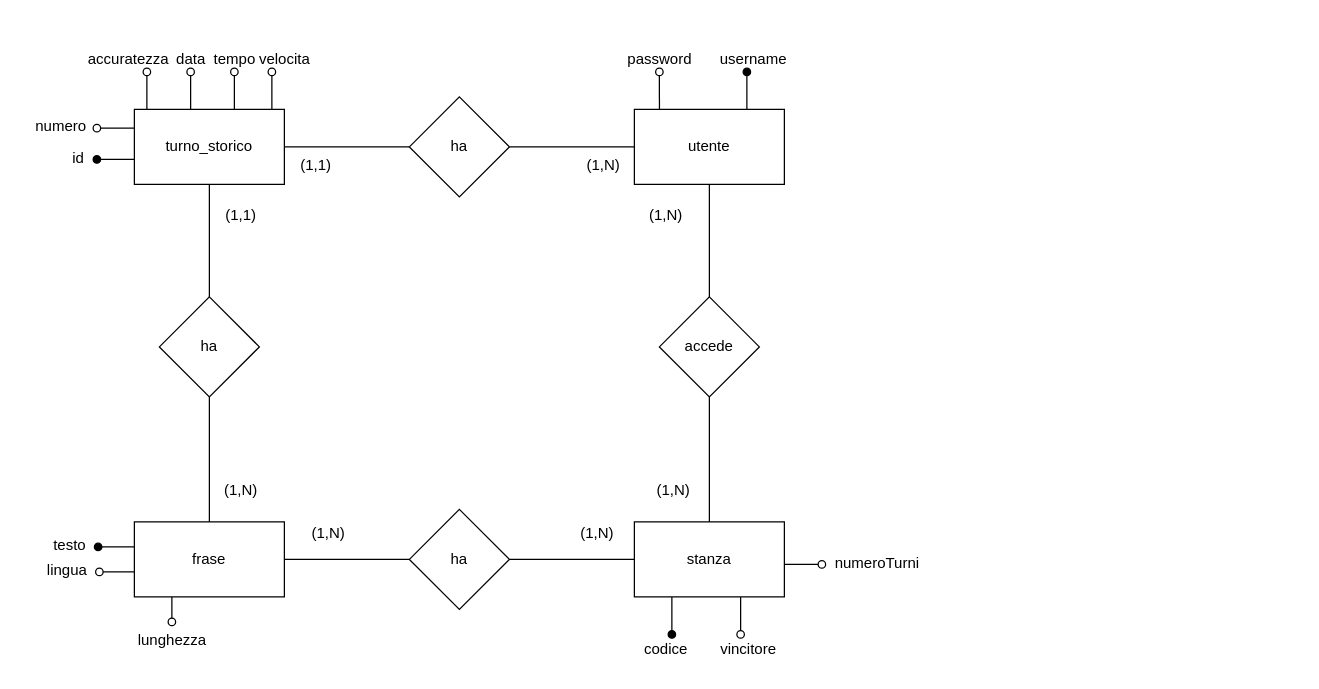
Before: 7_Allegati/Schema_E-R/SchemaE-R.drawio in robin-sartore/DattiloKing, a draw.io diagram. Source tidied: cells renumbered, new cells numbered last; positions are measured from the earlier drawing's top-left corner, leaving out a move shared by most shapes. Both pictures are drawn from the tidied source at 125%, with x=0, y=0 at pixel (22, 40).
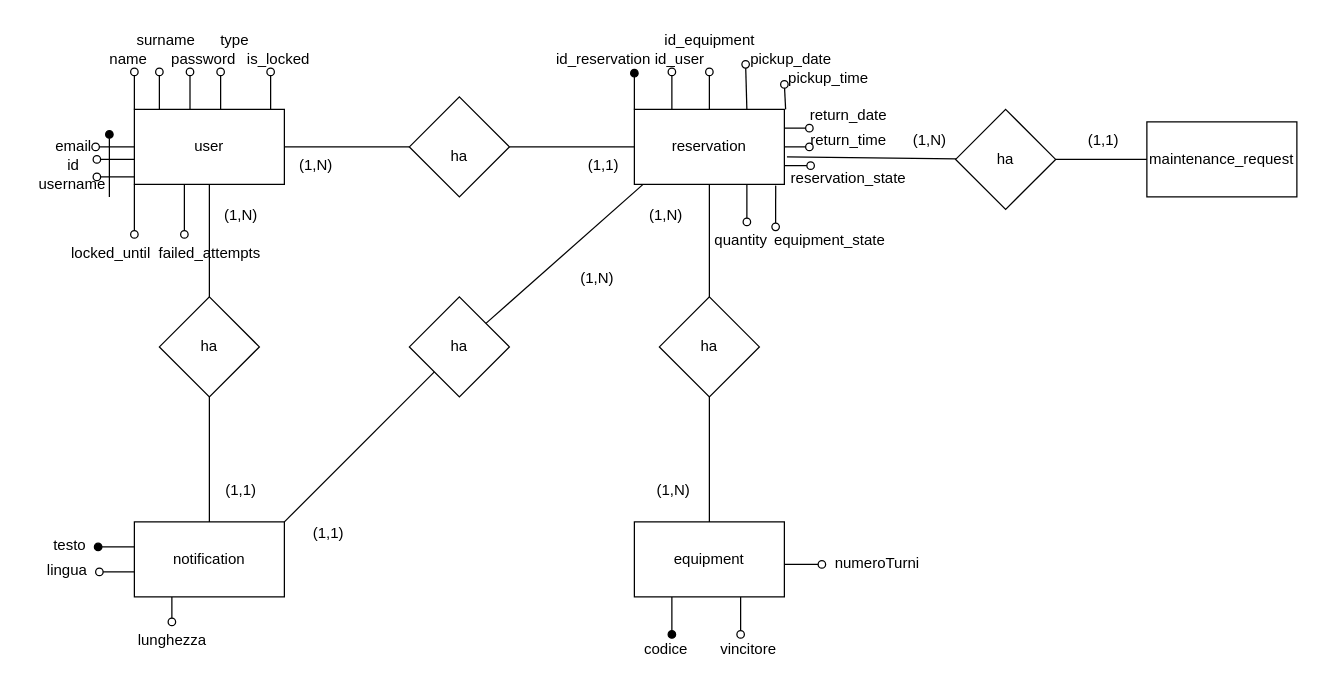
Above is the later version.

Diff of the diagram source:
```diff
@@
-    <mxCell id="2" value="turno_storico" style="rounded=0;whiteSpace=wrap;html=1;" parent="1" vertex="1">
+    <mxCell id="2" value="user" style="rounded=0;whiteSpace=wrap;html=1;" parent="1" vertex="1">
       <mxGeometry x="89" y="55" width="120" height="60" as="geometry" />
     </mxCell>
-    <mxCell id="3" value="ha" style="rhombus;whiteSpace=wrap;html=1;" parent="1" vertex="1">
+    <mxCell id="3" value="&lt;div&gt;&lt;br&gt;&lt;/div&gt;&lt;div&gt;ha&lt;/div&gt;" style="rhombus;whiteSpace=wrap;html=1;" parent="1" vertex="1">
       <mxGeometry x="309" y="45" width="80" height="80" as="geometry" />
     </mxCell>
-    <mxCell id="4" value="utente" style="rounded=0;whiteSpace=wrap;html=1;" parent="1" vertex="1">
+    <mxCell id="4" value="reservation" style="rounded=0;whiteSpace=wrap;html=1;" parent="1" vertex="1">
       <mxGeometry x="489" y="55" width="120" height="60" as="geometry" />
     </mxCell>
@@
-    <mxCell id="6" value="frase" style="rounded=0;whiteSpace=wrap;html=1;" parent="1" vertex="1">
+    <mxCell id="6" value="notification" style="rounded=0;whiteSpace=wrap;html=1;" parent="1" vertex="1">
       <mxGeometry x="89" y="385" width="120" height="60" as="geometry" />
     </mxCell>
-    <mxCell id="7" value="accede" style="rhombus;whiteSpace=wrap;html=1;" parent="1" vertex="1">
+    <mxCell id="7" value="ha" style="rhombus;whiteSpace=wrap;html=1;" parent="1" vertex="1">
       <mxGeometry x="509" y="205" width="80" height="80" as="geometry" />
     </mxCell>
-    <mxCell id="8" value="ha" style="rhombus;whiteSpace=wrap;html=1;" parent="1" vertex="1">
-      <mxGeometry x="309" y="375" width="80" height="80" as="geometry" />
-    </mxCell>
-    <mxCell id="9" value="stanza" style="rounded=0;whiteSpace=wrap;html=1;" parent="1" vertex="1">
+    <mxCell id="9" value="equipment" style="rounded=0;whiteSpace=wrap;html=1;" parent="1" vertex="1">
       <mxGeometry x="489" y="385" width="120" height="60" as="geometry" />
     </mxCell>
@@
-    <mxCell id="14" style="endArrow=none;html=1;rounded=0;entryX=1;entryY=0.5;entryDx=0;entryDy=0;exitX=0;exitY=0.5;exitDx=0;exitDy=0;" parent="1" edge="1" source="9" target="8">
-      <mxGeometry relative="1" as="geometry" />
-    </mxCell>
-    <mxCell id="15" style="endArrow=none;html=1;rounded=0;exitX=0;exitY=0.5;exitDx=0;exitDy=0;" parent="1" edge="1" source="8" target="6">
-      <mxGeometry relative="1" as="geometry" />
-    </mxCell>
@@
-    <mxCell id="18" value="accuratezza" style="text;html=1;align=center;verticalAlign=middle;strokeColor=none;fillColor=none;" parent="1" vertex="1">
-      <mxGeometry x="39" width="90" height="30" as="geometry" />
+    <mxCell id="18" value="name" style="text;html=1;align=center;verticalAlign=middle;strokeColor=none;fillColor=none;" parent="1" vertex="1">
+      <mxGeometry x="59" width="50" height="30" as="geometry" />
     </mxCell>
-    <mxCell id="19" value="tempo" style="text;html=1;align=center;verticalAlign=middle;strokeColor=none;fillColor=none;" parent="1" vertex="1">
-      <mxGeometry x="139" width="60" height="30" as="geometry" />
+    <mxCell id="19" value="password" style="text;html=1;align=center;verticalAlign=middle;strokeColor=none;fillColor=none;" parent="1" vertex="1">
+      <mxGeometry x="109" width="70" height="30" as="geometry" />
     </mxCell>
-    <mxCell id="20" value="velocita" style="text;html=1;align=center;verticalAlign=middle;strokeColor=none;fillColor=none;" parent="1" vertex="1">
-      <mxGeometry x="179" width="60" height="30" as="geometry" />
+    <mxCell id="20" value="type" style="text;html=1;align=center;verticalAlign=middle;strokeColor=none;fillColor=none;" parent="1" vertex="1">
+      <mxGeometry x="144" y="-15" width="50" height="30" as="geometry" />
     </mxCell>
-    <mxCell id="21" value="numero" style="text;html=1;align=center;verticalAlign=middle;strokeColor=none;fillColor=none;" parent="1" vertex="1">
-      <mxGeometry y="54" width="60" height="30" as="geometry" />
+    <mxCell id="21" value="email" style="text;html=1;align=center;verticalAlign=middle;strokeColor=none;fillColor=none;" parent="1" vertex="1">
+      <mxGeometry x="15" y="70" width="50" height="30" as="geometry" />
     </mxCell>
     <mxCell id="22" value="id" style="text;html=1;align=center;verticalAlign=middle;strokeColor=none;fillColor=none;" parent="1" vertex="1">
-      <mxGeometry x="29" y="79" width="30" height="30" as="geometry" />
+      <mxGeometry x="25" y="85" width="30" height="30" as="geometry" />
     </mxCell>
-    <mxCell id="23" value="data" style="text;html=1;align=center;verticalAlign=middle;strokeColor=none;fillColor=none;" parent="1" vertex="1">
-      <mxGeometry x="109" width="50" height="30" as="geometry" />
+    <mxCell id="23" value="surname" style="text;html=1;align=center;verticalAlign=middle;strokeColor=none;fillColor=none;" parent="1" vertex="1">
+      <mxGeometry x="79" y="-15" width="70" height="30" as="geometry" />
     </mxCell>
@@
-    <mxCell id="30" value="password" style="text;html=1;align=center;verticalAlign=middle;strokeColor=none;fillColor=none;" parent="1" vertex="1">
-      <mxGeometry x="474" width="70" height="30" as="geometry" />
+    <mxCell id="30" value="id_user" style="text;html=1;align=center;verticalAlign=middle;strokeColor=none;fillColor=none;" parent="1" vertex="1">
+      <mxGeometry x="495" width="60" height="30" as="geometry" />
     </mxCell>
-    <mxCell id="31" value="username" style="text;html=1;align=center;verticalAlign=middle;strokeColor=none;fillColor=none;" parent="1" vertex="1">
-      <mxGeometry x="544" width="80" height="30" as="geometry" />
+    <mxCell id="31" value="id_reservation" style="text;html=1;align=center;verticalAlign=middle;strokeColor=none;fillColor=none;" parent="1" vertex="1">
+      <mxGeometry x="414" width="100" height="30" as="geometry" />
     </mxCell>
-    <mxCell id="32" value="(1,1)" style="text;html=1;align=center;verticalAlign=middle;strokeColor=none;fillColor=none;" parent="1" vertex="1">
+    <mxCell id="32" value="(1,N)" style="text;html=1;align=center;verticalAlign=middle;strokeColor=none;fillColor=none;" parent="1" vertex="1">
       <mxGeometry x="209" y="85" width="50" height="30" as="geometry" />
     </mxCell>
     <mxCell id="33" style="endArrow=none;html=1;rounded=0;startArrow=oval;startFill=0;entryX=0.25;entryY=0;entryDx=0;entryDy=0;" parent="1" edge="1">
       <mxGeometry relative="1" as="geometry">
-        <mxPoint x="134" y="25" as="sourcePoint" />
-        <mxPoint x="134" y="55" as="targetPoint" />
+        <mxPoint x="109" y="25" as="sourcePoint" />
+        <mxPoint x="109" y="55" as="targetPoint" />
       </mxGeometry>
     </mxCell>
     <mxCell id="34" style="endArrow=none;html=1;rounded=0;startArrow=oval;startFill=0;" parent="1" edge="1">
       <mxGeometry relative="1" as="geometry">
-        <mxPoint x="169" y="25" as="sourcePoint" />
-        <mxPoint x="169" y="55" as="targetPoint" />
+        <mxPoint x="133.5" y="25" as="sourcePoint" />
+        <mxPoint x="133.5" y="55" as="targetPoint" />
       </mxGeometry>
     </mxCell>
     <mxCell id="35" style="endArrow=none;html=1;rounded=0;startArrow=oval;startFill=0;entryX=0.25;entryY=0;entryDx=0;entryDy=0;" parent="1" edge="1">
       <mxGeometry relative="1" as="geometry">
-        <mxPoint x="199" y="25" as="sourcePoint" />
-        <mxPoint x="199" y="55" as="targetPoint" />
+        <mxPoint x="158" y="25" as="sourcePoint" />
+        <mxPoint x="158" y="55" as="targetPoint" />
       </mxGeometry>
     </mxCell>
     <mxCell id="36" style="endArrow=none;html=1;rounded=0;startArrow=oval;startFill=0;entryX=0.25;entryY=0;entryDx=0;entryDy=0;" parent="1" edge="1">
       <mxGeometry relative="1" as="geometry">
-        <mxPoint x="99" y="25" as="sourcePoint" />
-        <mxPoint x="99" y="55" as="targetPoint" />
+        <mxPoint x="89" y="25" as="sourcePoint" />
+        <mxPoint x="89" y="55" as="targetPoint" />
       </mxGeometry>
     </mxCell>
-    <mxCell id="37" style="endArrow=none;html=1;rounded=0;startArrow=oval;startFill=0;entryX=0;entryY=0.25;entryDx=0;entryDy=0;" parent="1" edge="1" target="2">
+    <mxCell id="37" style="endArrow=none;html=1;rounded=0;startArrow=oval;startFill=0;entryX=0;entryY=0.5;entryDx=0;entryDy=0;" parent="1" edge="1" target="2">
       <mxGeometry relative="1" as="geometry">
-        <mxPoint x="59" y="70" as="sourcePoint" />
+        <mxPoint x="58" y="85" as="sourcePoint" />
       </mxGeometry>
     </mxCell>
-    <mxCell id="38" style="endArrow=none;html=1;rounded=0;startArrow=oval;startFill=1;entryX=0;entryY=0.25;entryDx=0;entryDy=0;" parent="1" edge="1">
-      <mxGeometry relative="1" as="geometry">
-        <mxPoint x="59" y="95" as="sourcePoint" />
-        <mxPoint x="89" y="95" as="targetPoint" />
-      </mxGeometry>
-    </mxCell>
@@
-    <mxCell id="45" style="endArrow=none;html=1;rounded=0;startArrow=oval;startFill=0;entryX=0.167;entryY=0;entryDx=0;entryDy=0;entryPerimeter=0;" parent="1" edge="1" target="4">
+    <mxCell id="45" style="endArrow=none;html=1;rounded=0;startArrow=oval;startFill=0;entryX=0.25;entryY=0;entryDx=0;entryDy=0;" parent="1" edge="1" target="4">
       <mxGeometry relative="1" as="geometry">
-        <mxPoint x="509" y="25" as="sourcePoint" />
+        <mxPoint x="519" y="25" as="sourcePoint" />
       </mxGeometry>
     </mxCell>
-    <mxCell id="46" style="endArrow=none;html=1;rounded=0;startArrow=oval;startFill=1;entryX=0.75;entryY=0;entryDx=0;entryDy=0;" parent="1" edge="1" target="4">
+    <mxCell id="46" style="endArrow=none;html=1;rounded=0;startArrow=oval;startFill=1;entryX=0;entryY=0;entryDx=0;entryDy=0;" parent="1" edge="1" target="4">
       <mxGeometry relative="1" as="geometry">
-        <mxPoint x="579" y="25" as="sourcePoint" />
+        <mxPoint x="489" y="26" as="sourcePoint" />
       </mxGeometry>
     </mxCell>
-    <mxCell id="47" value="(1,1)" style="text;html=1;align=center;verticalAlign=middle;strokeColor=none;fillColor=none;" parent="1" vertex="1">
+    <mxCell id="47" value="(1,N)" style="text;html=1;align=center;verticalAlign=middle;strokeColor=none;fillColor=none;" parent="1" vertex="1">
       <mxGeometry x="149" y="125" width="50" height="30" as="geometry" />
     </mxCell>
-    <mxCell id="48" value="(1,N)" style="text;html=1;align=center;verticalAlign=middle;strokeColor=none;fillColor=none;" parent="1" vertex="1">
+    <mxCell id="48" value="(1,1)" style="text;html=1;align=center;verticalAlign=middle;strokeColor=none;fillColor=none;" parent="1" vertex="1">
       <mxGeometry x="149" y="345" width="50" height="30" as="geometry" />
     </mxCell>
-    <mxCell id="49" value="(1,N)" style="text;html=1;align=center;verticalAlign=middle;strokeColor=none;fillColor=none;" parent="1" vertex="1">
+    <mxCell id="49" value="(1,1)" style="text;html=1;align=center;verticalAlign=middle;strokeColor=none;fillColor=none;" parent="1" vertex="1">
       <mxGeometry x="219" y="379" width="50" height="30" as="geometry" />
     </mxCell>
     <mxCell id="50" value="(1,N)" style="text;html=1;align=center;verticalAlign=middle;strokeColor=none;fillColor=none;" parent="1" vertex="1">
-      <mxGeometry x="434" y="379" width="50" height="30" as="geometry" />
+      <mxGeometry x="434" y="175" width="50" height="30" as="geometry" />
     </mxCell>
@@
-    <mxCell id="53" value="(1,N)" style="text;html=1;align=center;verticalAlign=middle;strokeColor=none;fillColor=none;" parent="1" vertex="1">
+    <mxCell id="53" value="(1,1)" style="text;html=1;align=center;verticalAlign=middle;strokeColor=none;fillColor=none;" parent="1" vertex="1">
       <mxGeometry x="439" y="85" width="50" height="30" as="geometry" />
     </mxCell>
+    <mxCell id="54" value="maintenance_request" style="rounded=0;whiteSpace=wrap;html=1;" parent="1" vertex="1">
+      <mxGeometry x="899" y="65" width="120" height="60" as="geometry" />
+    </mxCell>
+    <mxCell id="55" value="ha" style="rhombus;whiteSpace=wrap;html=1;" parent="1" vertex="1">
+      <mxGeometry x="309" y="205" width="80" height="80" as="geometry" />
+    </mxCell>
+    <mxCell id="56" style="endArrow=none;html=1;rounded=0;exitX=1;exitY=0;exitDx=0;exitDy=0;entryX=0;entryY=1;entryDx=0;entryDy=0;" parent="1" edge="1" source="6" target="55">
+      <mxGeometry relative="1" as="geometry" />
+    </mxCell>
+    <mxCell id="57" style="endArrow=none;html=1;rounded=0;entryX=0.058;entryY=1;entryDx=0;entryDy=0;entryPerimeter=0;" parent="1" edge="1" source="55" target="4">
+      <mxGeometry relative="1" as="geometry" />
+    </mxCell>
+    <mxCell id="58" style="endArrow=none;html=1;rounded=0;startArrow=oval;startFill=0;entryX=0;entryY=0.25;entryDx=0;entryDy=0;" parent="1" edge="1">
+      <mxGeometry relative="1" as="geometry">
+        <mxPoint x="59" y="109" as="sourcePoint" />
+        <mxPoint x="89" y="109" as="targetPoint" />
+      </mxGeometry>
+    </mxCell>
+    <mxCell id="59" style="endArrow=none;html=1;rounded=0;startArrow=oval;startFill=1;" parent="1" edge="1">
+      <mxGeometry relative="1" as="geometry">
+        <mxPoint x="69" y="75" as="sourcePoint" />
+        <mxPoint x="69" y="125" as="targetPoint" />
+      </mxGeometry>
+    </mxCell>
+    <mxCell id="60" style="endArrow=none;html=1;rounded=0;startArrow=oval;startFill=0;entryX=0;entryY=0.25;entryDx=0;entryDy=0;" parent="1" edge="1">
+      <mxGeometry relative="1" as="geometry">
+        <mxPoint x="59" y="95" as="sourcePoint" />
+        <mxPoint x="89" y="95" as="targetPoint" />
+      </mxGeometry>
+    </mxCell>
+    <mxCell id="61" value="username" style="text;html=1;align=center;verticalAlign=middle;strokeColor=none;fillColor=none;" parent="1" vertex="1">
+      <mxGeometry x="-1" y="100" width="80" height="30" as="geometry" />
+    </mxCell>
+    <mxCell id="62" style="endArrow=none;html=1;rounded=0;startArrow=oval;startFill=0;entryX=0.25;entryY=0;entryDx=0;entryDy=0;" parent="1" edge="1">
+      <mxGeometry relative="1" as="geometry">
+        <mxPoint x="198" y="25" as="sourcePoint" />
+        <mxPoint x="198" y="55" as="targetPoint" />
+      </mxGeometry>
+    </mxCell>
+    <mxCell id="63" value="is_locked" style="text;html=1;align=center;verticalAlign=middle;strokeColor=none;fillColor=none;" parent="1" vertex="1">
+      <mxGeometry x="169" width="70" height="30" as="geometry" />
+    </mxCell>
+    <mxCell id="64" style="endArrow=none;html=1;rounded=0;startArrow=oval;startFill=0;" parent="1" edge="1">
+      <mxGeometry relative="1" as="geometry">
+        <mxPoint x="89" y="155" as="sourcePoint" />
+        <mxPoint x="89" y="115" as="targetPoint" />
+      </mxGeometry>
+    </mxCell>
+    <mxCell id="65" value="locked_until" style="text;html=1;align=center;verticalAlign=middle;strokeColor=none;fillColor=none;" parent="1" vertex="1">
+      <mxGeometry x="25" y="155" width="90" height="30" as="geometry" />
+    </mxCell>
+    <mxCell id="66" style="endArrow=none;html=1;rounded=0;startArrow=oval;startFill=0;" parent="1" edge="1">
+      <mxGeometry relative="1" as="geometry">
+        <mxPoint x="129" y="155" as="sourcePoint" />
+        <mxPoint x="129" y="115" as="targetPoint" />
+      </mxGeometry>
+    </mxCell>
+    <mxCell id="67" value="failed_attempts" style="text;html=1;align=center;verticalAlign=middle;strokeColor=none;fillColor=none;" parent="1" vertex="1">
+      <mxGeometry x="99" y="155" width="100" height="30" as="geometry" />
+    </mxCell>
+    <mxCell id="68" style="endArrow=none;html=1;rounded=0;startArrow=oval;startFill=0;entryX=0.5;entryY=0;entryDx=0;entryDy=0;" parent="1" edge="1" target="4">
+      <mxGeometry relative="1" as="geometry">
+        <mxPoint x="549" y="25" as="sourcePoint" />
+      </mxGeometry>
+    </mxCell>
+    <mxCell id="69" value="id_equipment" style="text;html=1;align=center;verticalAlign=middle;points=[];strokeColor=none;fillColor=none;" parent="1" vertex="1">
+      <mxGeometry x="499" y="-15" width="100" height="30" as="geometry" />
+    </mxCell>
+    <mxCell id="70" style="endArrow=none;html=1;rounded=0;startArrow=oval;startFill=0;entryX=0.75;entryY=0;entryDx=0;entryDy=0;exitX=0.79;exitY=1.133;exitDx=0;exitDy=0;exitPerimeter=0;" parent="1" edge="1" source="69" target="4">
+      <mxGeometry relative="1" as="geometry" />
+    </mxCell>
+    <mxCell id="71" value="pickup_date" style="text;html=1;align=center;verticalAlign=middle;strokeColor=none;fillColor=none;" parent="1" vertex="1">
+      <mxGeometry x="569" width="90" height="30" as="geometry" />
+    </mxCell>
+    <mxCell id="72" style="endArrow=none;html=1;rounded=0;startArrow=oval;startFill=0;" parent="1" edge="1">
+      <mxGeometry relative="1" as="geometry">
+        <mxPoint x="609" y="35" as="sourcePoint" />
+        <mxPoint x="610" y="55" as="targetPoint" />
+      </mxGeometry>
+    </mxCell>
+    <mxCell id="73" value="pickup_time" style="text;html=1;align=center;verticalAlign=middle;strokeColor=none;fillColor=none;" parent="1" vertex="1">
+      <mxGeometry x="599" y="15" width="90" height="30" as="geometry" />
+    </mxCell>
+    <mxCell id="74" style="endArrow=none;html=1;rounded=0;startArrow=oval;startFill=0;entryX=1;entryY=0.25;entryDx=0;entryDy=0;" parent="1" edge="1" target="4">
+      <mxGeometry relative="1" as="geometry">
+        <mxPoint x="629" y="70" as="sourcePoint" />
+      </mxGeometry>
+    </mxCell>
+    <mxCell id="75" value="return_date" style="text;html=1;align=center;verticalAlign=middle;strokeColor=none;fillColor=none;" parent="1" vertex="1">
+      <mxGeometry x="620" y="45" width="80" height="30" as="geometry" />
+    </mxCell>
+    <mxCell id="76" style="endArrow=none;html=1;rounded=0;startArrow=oval;startFill=0;entryX=1;entryY=0.5;entryDx=0;entryDy=0;" parent="1" edge="1" target="4">
+      <mxGeometry relative="1" as="geometry">
+        <mxPoint x="629" y="85" as="sourcePoint" />
+      </mxGeometry>
+    </mxCell>
+    <mxCell id="77" value="return_time" style="text;html=1;align=center;verticalAlign=middle;points=[];strokeColor=none;fillColor=none;" parent="1" vertex="1">
+      <mxGeometry x="620" y="65" width="80" height="30" as="geometry" />
+    </mxCell>
+    <mxCell id="78" style="endArrow=none;html=1;rounded=0;startArrow=oval;startFill=0;entryX=1;entryY=0.75;entryDx=0;entryDy=0;exitX=0.125;exitY=1.167;exitDx=0;exitDy=0;exitPerimeter=0;" parent="1" edge="1" source="77" target="4">
+      <mxGeometry relative="1" as="geometry" />
+    </mxCell>
+    <mxCell id="79" value="reservation_state" style="text;html=1;align=center;verticalAlign=middle;points=[];strokeColor=none;fillColor=none;" parent="1" vertex="1">
+      <mxGeometry x="600" y="95" width="120" height="30" as="geometry" />
+    </mxCell>
+    <mxCell id="80" style="endArrow=none;html=1;rounded=0;startArrow=oval;startFill=0;entryX=0.75;entryY=1;entryDx=0;entryDy=0;" parent="1" edge="1" target="4">
+      <mxGeometry relative="1" as="geometry">
+        <mxPoint x="579" y="145" as="sourcePoint" />
+      </mxGeometry>
+    </mxCell>
+    <mxCell id="81" value="quantity" style="text;html=1;align=center;verticalAlign=middle;points=[];strokeColor=none;fillColor=none;" parent="1" vertex="1">
+      <mxGeometry x="539" y="145" width="70" height="30" as="geometry" />
+    </mxCell>
+    <mxCell id="82" style="endArrow=none;html=1;rounded=0;startArrow=oval;startFill=0;entryX=0.017;entryY=0.7;entryDx=0;entryDy=0;entryPerimeter=0;exitX=0.9;exitY=0.133;exitDx=0;exitDy=0;exitPerimeter=0;" parent="1" edge="1" source="81" target="79">
+      <mxGeometry relative="1" as="geometry" />
+    </mxCell>
+    <mxCell id="83" value="equipment_state" style="text;html=1;align=center;verticalAlign=middle;strokeColor=none;fillColor=none;" parent="1" vertex="1">
+      <mxGeometry x="590" y="145" width="110" height="30" as="geometry" />
+    </mxCell>
+    <mxCell id="84" style="endArrow=none;html=1;rounded=0;entryX=0.092;entryY=-0.067;entryDx=0;entryDy=0;entryPerimeter=0;" parent="1" edge="1" source="86" target="79">
+      <mxGeometry relative="1" as="geometry" />
+    </mxCell>
+    <mxCell id="85" style="endArrow=none;html=1;rounded=0;" parent="1" edge="1" source="54" target="86">
+      <mxGeometry relative="1" as="geometry" />
+    </mxCell>
+    <mxCell id="86" value="ha" style="rhombus;whiteSpace=wrap;html=1;" parent="1" vertex="1">
+      <mxGeometry x="746" y="55" width="80" height="80" as="geometry" />
+    </mxCell>
+    <mxCell id="87" value="(1,N)" style="text;html=1;align=center;verticalAlign=middle;strokeColor=none;fillColor=none;" parent="1" vertex="1">
+      <mxGeometry x="700" y="65" width="50" height="30" as="geometry" />
+    </mxCell>
+    <mxCell id="88" value="(1,1)" style="text;html=1;align=center;verticalAlign=middle;strokeColor=none;fillColor=none;" parent="1" vertex="1">
+      <mxGeometry x="839" y="65" width="50" height="30" as="geometry" />
+    </mxCell>
```
